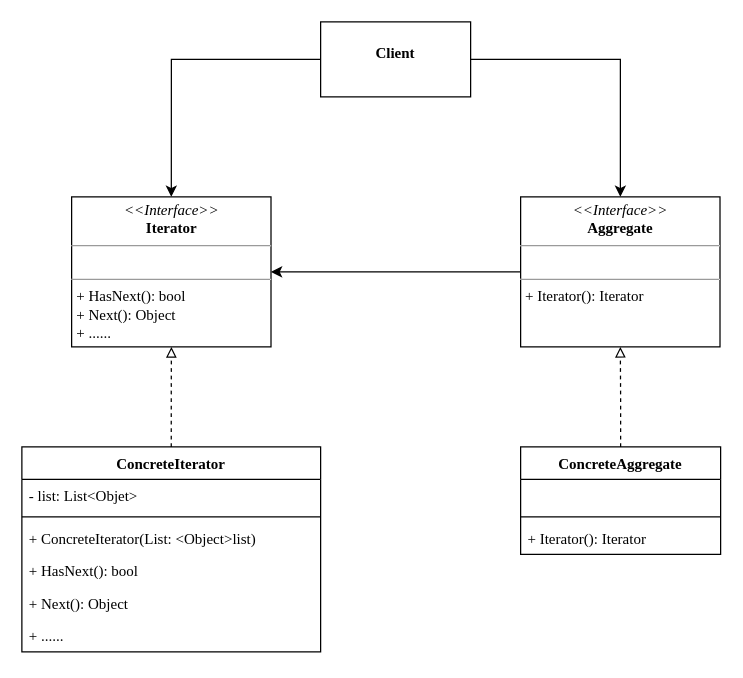
This is behavioral/iterator/iterator.drawio from Hexiaopi/design-parttern, a draw.io file, before an edit. Source tidied: cells renumbered, new cells numbered last; positions are measured from the earlier drawing's top-left corner, leaving out a move shared by most shapes. Both pictures are drawn from the tidied source at 125%, with x=0, y=0 at pixel (21, 21).
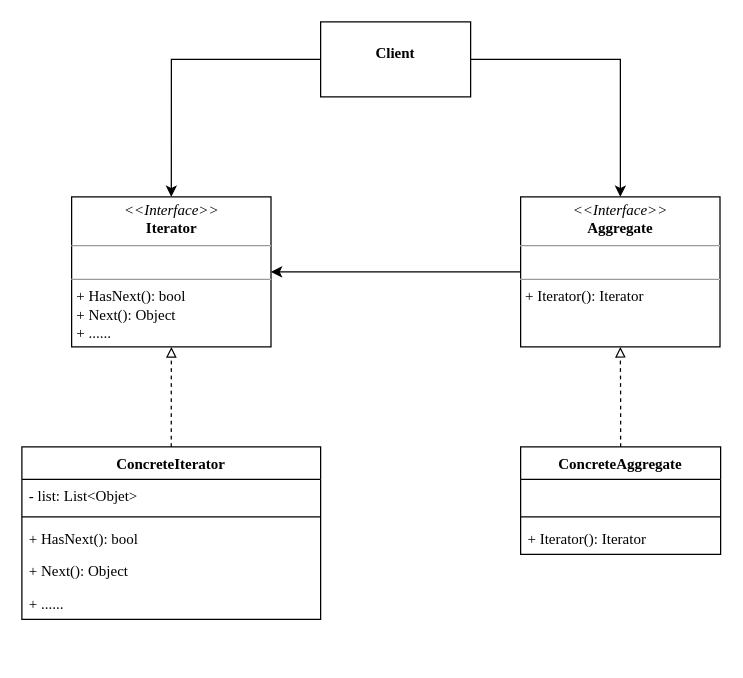
Above is the later version.

Commit message:
fix: 迭代器模式

The edit, as a diff of the source:
```diff
@@
     <mxCell id="5" value="ConcreteIterator" style="swimlane;fontStyle=1;align=center;verticalAlign=top;horizontal=1;startSize=26;fontFamily=Times New Roman;" parent="1" vertex="1">
-      <mxGeometry y="340" width="239" height="164" as="geometry" />
+      <mxGeometry y="340" width="239" height="138" as="geometry" />
     </mxCell>
@@
-    <mxCell id="8" value="+ ConcreteIterator(List: &lt;Object&gt;list)&#10;" style="text;strokeColor=none;fillColor=none;align=left;verticalAlign=top;spacingLeft=4;spacingRight=4;overflow=hidden;fontFamily=Times New Roman;" parent="5" vertex="1">
-      <mxGeometry y="60" width="239" height="26" as="geometry" />
-    </mxCell>
     <mxCell id="9" value="+ HasNext(): bool&#10;" style="text;strokeColor=none;fillColor=none;align=left;verticalAlign=top;spacingLeft=4;spacingRight=4;overflow=hidden;fontFamily=Times New Roman;" parent="5" vertex="1">
-      <mxGeometry y="86" width="239" height="26" as="geometry" />
+      <mxGeometry y="60" width="239" height="26" as="geometry" />
     </mxCell>
     <mxCell id="10" value="+ Next(): Object&#10;" style="text;strokeColor=none;fillColor=none;align=left;verticalAlign=top;spacingLeft=4;spacingRight=4;overflow=hidden;fontFamily=Times New Roman;" parent="5" vertex="1">
-      <mxGeometry y="112" width="239" height="26" as="geometry" />
+      <mxGeometry y="86" width="239" height="26" as="geometry" />
     </mxCell>
     <mxCell id="11" value="+ ......" style="text;strokeColor=none;fillColor=none;align=left;verticalAlign=top;spacingLeft=4;spacingRight=4;overflow=hidden;fontFamily=Times New Roman;" parent="5" vertex="1">
-      <mxGeometry y="138" width="239" height="26" as="geometry" />
+      <mxGeometry y="112" width="239" height="26" as="geometry" />
     </mxCell>
```
